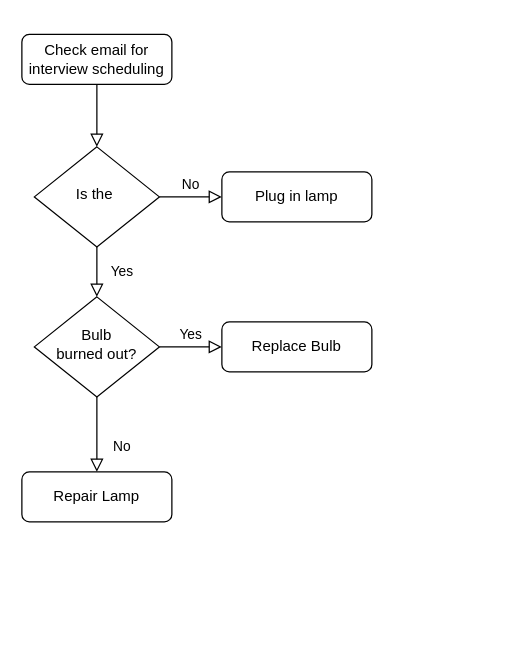
Above: Untitled Diagram.drawio in MatzKing/share-course (draw.io), before the change. Source tidied: cells renumbered, new cells numbered last; positions are measured from the earlier drawing's top-left corner, leaving out a move shared by most shapes. Both pictures are drawn from the tidied source at 125%, with x=0, y=0 at pixel (21, 34).
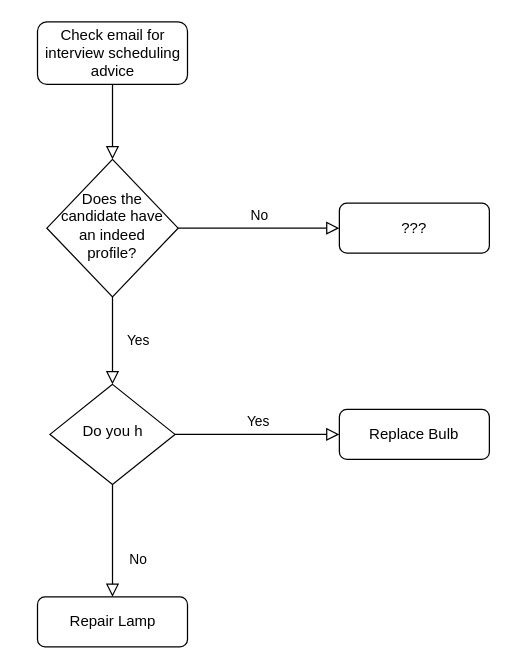
The same page after the edit.

Change to the diagram source:
```diff
@@
 <mxGraphModel>
   <root>
     <mxCell id="0" />
     <mxCell id="1" parent="0" />
     <mxCell id="2" style="rounded=0;html=1;jettySize=auto;fontSize=11;endArrow=block;endFill=0;endSize=8;strokeWidth=1;shadow=0;labelBackgroundColor=none;edgeStyle=orthogonalEdgeStyle;" parent="1" edge="1" source="3" target="6">
       <mxGeometry relative="1" as="geometry" />
     </mxCell>
-    <mxCell id="3" value="Check email for interview scheduling" style="rounded=1;whiteSpace=wrap;html=1;fontSize=12;glass=0;strokeWidth=1;shadow=0;" parent="1" vertex="1">
-      <mxGeometry width="120" height="40" as="geometry" />
+    <mxCell id="3" value="Check email for interview scheduling advice" style="rounded=1;whiteSpace=wrap;html=1;fontSize=12;glass=0;strokeWidth=1;shadow=0;" parent="1" vertex="1">
+      <mxGeometry x="12.5" y="-10" width="120" height="50" as="geometry" />
     </mxCell>
     <mxCell id="4" value="Yes" style="rounded=0;html=1;jettySize=auto;fontSize=11;endArrow=block;endFill=0;endSize=8;strokeWidth=1;shadow=0;labelBackgroundColor=none;edgeStyle=orthogonalEdgeStyle;" parent="1" edge="1" source="6" target="10">
       <mxGeometry y="20" relative="1" as="geometry" />
     </mxCell>
     <mxCell id="5" value="No" style="edgeStyle=orthogonalEdgeStyle;rounded=0;html=1;jettySize=auto;fontSize=11;endArrow=block;endFill=0;endSize=8;strokeWidth=1;shadow=0;labelBackgroundColor=none;" parent="1" edge="1" source="6" target="7">
       <mxGeometry y="10" relative="1" as="geometry" />
     </mxCell>
-    <mxCell id="6" value="Is the&amp;nbsp;" style="rhombus;whiteSpace=wrap;html=1;shadow=0;fontFamily=Helvetica;fontSize=12;align=center;strokeWidth=1;spacing=6;spacingTop=-4;" parent="1" vertex="1">
-      <mxGeometry x="10" y="90" width="100" height="80" as="geometry" />
+    <mxCell id="6" value="Does the candidate have an indeed profile?" style="rhombus;whiteSpace=wrap;html=1;shadow=0;fontFamily=Helvetica;fontSize=12;align=center;strokeWidth=1;spacing=6;spacingTop=-4;" parent="1" vertex="1">
+      <mxGeometry x="20" y="100" width="105" height="110" as="geometry" />
     </mxCell>
-    <mxCell id="7" value="Plug in lamp" style="rounded=1;whiteSpace=wrap;html=1;fontSize=12;glass=0;strokeWidth=1;shadow=0;" parent="1" vertex="1">
-      <mxGeometry x="160" y="110" width="120" height="40" as="geometry" />
+    <mxCell id="7" value="???" style="rounded=1;whiteSpace=wrap;html=1;fontSize=12;glass=0;strokeWidth=1;shadow=0;" parent="1" vertex="1">
+      <mxGeometry x="254" y="135" width="120" height="40" as="geometry" />
     </mxCell>
     <mxCell id="8" value="No" style="rounded=0;html=1;jettySize=auto;fontSize=11;endArrow=block;endFill=0;endSize=8;strokeWidth=1;shadow=0;labelBackgroundColor=none;edgeStyle=orthogonalEdgeStyle;" parent="1" edge="1" source="10" target="11">
       <mxGeometry x="0.33" y="20" relative="1" as="geometry" />
     </mxCell>
     <mxCell id="9" value="Yes" style="edgeStyle=orthogonalEdgeStyle;rounded=0;html=1;jettySize=auto;fontSize=11;endArrow=block;endFill=0;endSize=8;strokeWidth=1;shadow=0;labelBackgroundColor=none;" parent="1" edge="1" source="10" target="12">
       <mxGeometry y="10" relative="1" as="geometry" />
     </mxCell>
-    <mxCell id="10" value="Bulb&lt;br&gt;burned out?" style="rhombus;whiteSpace=wrap;html=1;shadow=0;fontFamily=Helvetica;fontSize=12;align=center;strokeWidth=1;spacing=6;spacingTop=-4;" parent="1" vertex="1">
-      <mxGeometry x="10" y="210" width="100" height="80" as="geometry" />
+    <mxCell id="10" value="Do you h" style="rhombus;whiteSpace=wrap;html=1;shadow=0;fontFamily=Helvetica;fontSize=12;align=center;strokeWidth=1;spacing=6;spacingTop=-4;" parent="1" vertex="1">
+      <mxGeometry x="22.5" y="280" width="100" height="80" as="geometry" />
     </mxCell>
     <mxCell id="11" value="Repair Lamp" style="rounded=1;whiteSpace=wrap;html=1;fontSize=12;glass=0;strokeWidth=1;shadow=0;" parent="1" vertex="1">
-      <mxGeometry y="350" width="120" height="40" as="geometry" />
+      <mxGeometry x="12.5" y="450" width="120" height="40" as="geometry" />
     </mxCell>
     <mxCell id="12" value="Replace Bulb" style="rounded=1;whiteSpace=wrap;html=1;fontSize=12;glass=0;strokeWidth=1;shadow=0;" parent="1" vertex="1">
-      <mxGeometry x="160" y="230" width="120" height="40" as="geometry" />
+      <mxGeometry x="254" y="300" width="120" height="40" as="geometry" />
     </mxCell>
   </root>
 </mxGraphModel>
```
